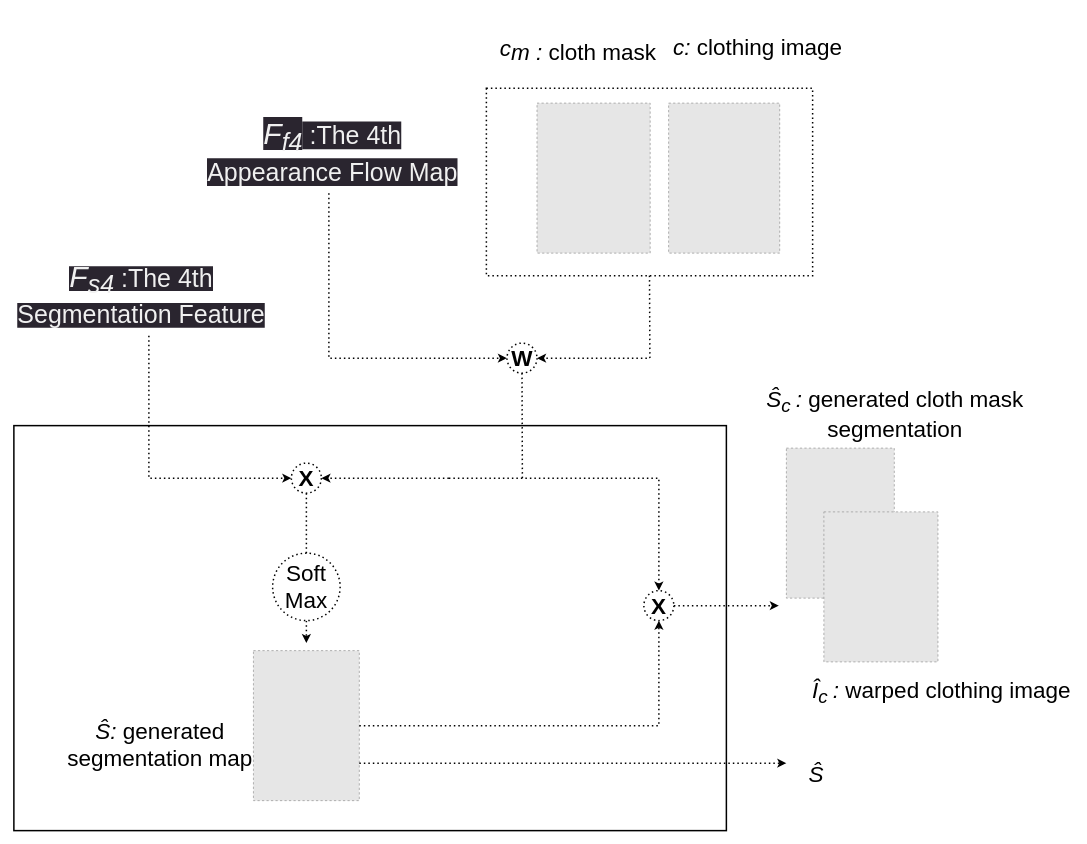
Before: drawMap/ConditionAligning.drawio in fizzy-1111/slideppTheis, a draw.io diagram. Source tidied: cells renumbered, new cells numbered last; positions are measured from the earlier drawing's top-left corner, leaving out a move shared by most shapes. Both pictures are drawn from the tidied source at 75%, with x=0, y=0 at pixel (14, 13). Pictures stored in the file or linked from it are replaced by grey dashed boxes.
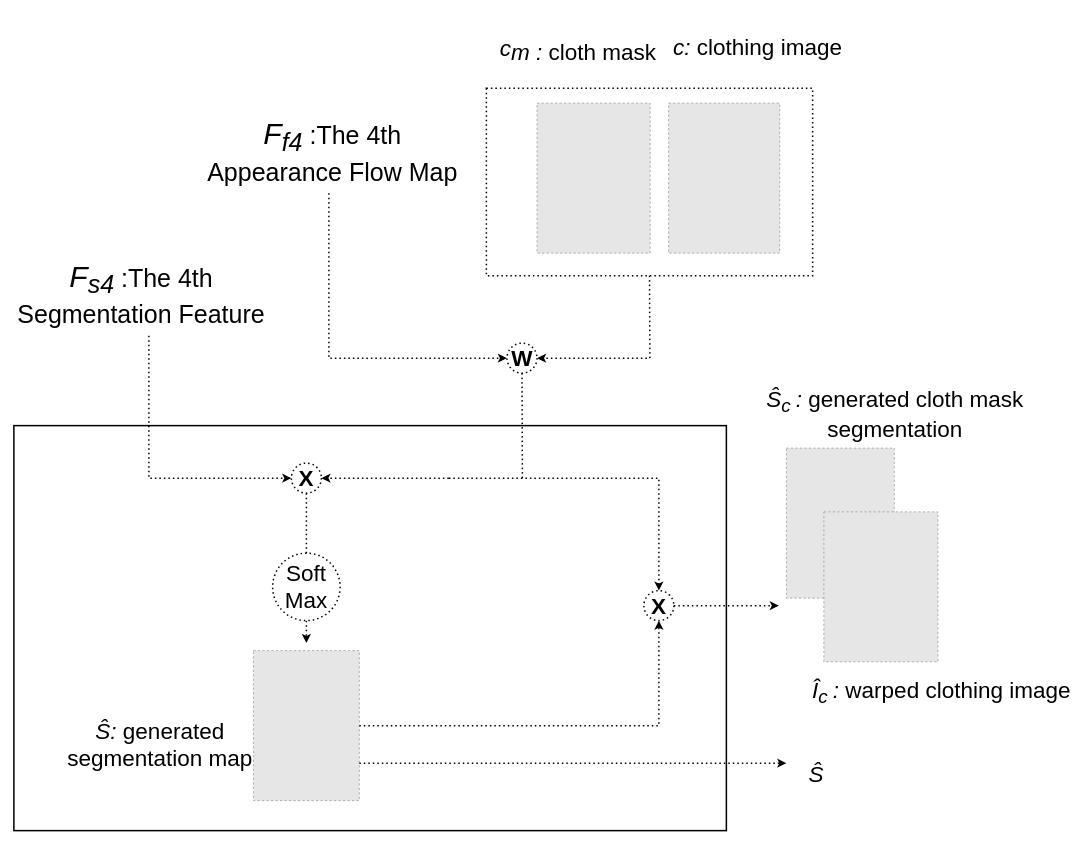
The same diagram, later.

Change to the diagram source:
```diff
@@
-    <mxCell id="18" value="&lt;span style=&quot;border-color: rgb(0, 0, 0); color: rgb(240, 240, 240); font-family: Helvetica; font-style: normal; font-variant-ligatures: normal; font-variant-caps: normal; font-weight: 400; letter-spacing: normal; orphans: 2; text-indent: 0px; text-transform: none; widows: 2; word-spacing: 0px; -webkit-text-stroke-width: 0px; background-color: rgb(42, 37, 47); text-decoration-thickness: initial; text-decoration-style: initial; text-decoration-color: initial;&quot;&gt;&lt;i style=&quot;border-color: rgb(0, 0, 0);&quot;&gt;&lt;span style=&quot;font-size: 40px;&quot;&gt;F&lt;sub&gt;s4&lt;/sub&gt;&lt;/span&gt;&lt;span style=&quot;font-size: 33.3333px;&quot;&gt;&amp;nbsp;&lt;/span&gt;&lt;/i&gt;&lt;span style=&quot;font-size: 33.3333px;&quot;&gt;:The 4th Segmentation Feature&lt;/span&gt;&lt;/span&gt;" style="text;whiteSpace=wrap;html=1;fontSize=30;align=center;dashed=1;dashPattern=1 2;strokeWidth=2;" parent="1" vertex="1">
+    <mxCell id="18" value="&lt;span style=&quot;border-color: rgb(0, 0, 0); font-family: Helvetica; font-style: normal; font-variant-ligatures: normal; font-variant-caps: normal; font-weight: 400; letter-spacing: normal; orphans: 2; text-indent: 0px; text-transform: none; widows: 2; word-spacing: 0px; -webkit-text-stroke-width: 0px; text-decoration-thickness: initial; text-decoration-style: initial; text-decoration-color: initial;&quot;&gt;&lt;font color=&quot;#030303&quot;&gt;&lt;i style=&quot;border-color: rgb(0, 0, 0);&quot;&gt;&lt;span style=&quot;font-size: 40px;&quot;&gt;F&lt;sub style=&quot;&quot;&gt;s4&lt;/sub&gt;&lt;/span&gt;&lt;span style=&quot;font-size: 33.3333px;&quot;&gt;&amp;nbsp;&lt;/span&gt;&lt;/i&gt;&lt;span style=&quot;font-size: 33.3333px;&quot;&gt;:The 4th Segmentation Feature&lt;/span&gt;&lt;/font&gt;&lt;/span&gt;" style="text;whiteSpace=wrap;html=1;fontSize=30;align=center;dashed=1;dashPattern=1 2;strokeWidth=2;" parent="1" vertex="1">
       <mxGeometry y="320" width="340" height="80" as="geometry" />
     </mxCell>
@@
-    <mxCell id="30" value="&lt;span style=&quot;border-color: rgb(0, 0, 0); color: rgb(240, 240, 240); font-family: Helvetica; font-style: normal; font-variant-ligatures: normal; font-variant-caps: normal; font-weight: 400; letter-spacing: normal; orphans: 2; text-indent: 0px; text-transform: none; widows: 2; word-spacing: 0px; -webkit-text-stroke-width: 0px; background-color: rgb(42, 37, 47); text-decoration-thickness: initial; text-decoration-style: initial; text-decoration-color: initial; font-size: 40px;&quot;&gt;&lt;i style=&quot;border-color: rgb(0, 0, 0);&quot;&gt;F&lt;sub style=&quot;border-color: rgb(0, 0, 0);&quot;&gt;f4&lt;/sub&gt;&lt;/i&gt;&lt;/span&gt;&lt;span style=&quot;border-color: rgb(0, 0, 0); color: rgb(240, 240, 240); font-family: Helvetica; font-style: normal; font-variant-ligatures: normal; font-variant-caps: normal; font-weight: 400; letter-spacing: normal; orphans: 2; text-indent: 0px; text-transform: none; widows: 2; word-spacing: 0px; -webkit-text-stroke-width: 0px; background-color: rgb(42, 37, 47); text-decoration-thickness: initial; text-decoration-style: initial; text-decoration-color: initial; font-size: 33.3333px;&quot;&gt;&lt;i style=&quot;border-color: rgb(0, 0, 0);&quot;&gt;&amp;nbsp;&lt;/i&gt;:The 4th Appearance Flow Map&lt;/span&gt;" style="text;whiteSpace=wrap;html=1;fontSize=30;align=center;" parent="1" vertex="1">
+    <mxCell id="30" value="&lt;font color=&quot;#000000&quot;&gt;&lt;span style=&quot;border-color: rgb(0, 0, 0); font-family: Helvetica; font-style: normal; font-variant-ligatures: normal; font-variant-caps: normal; font-weight: 400; letter-spacing: normal; orphans: 2; text-indent: 0px; text-transform: none; widows: 2; word-spacing: 0px; -webkit-text-stroke-width: 0px; text-decoration-thickness: initial; text-decoration-style: initial; text-decoration-color: initial; font-size: 40px;&quot;&gt;&lt;i style=&quot;border-color: rgb(0, 0, 0);&quot;&gt;F&lt;sub style=&quot;border-color: rgb(0, 0, 0);&quot;&gt;f4&lt;/sub&gt;&lt;/i&gt;&lt;/span&gt;&lt;span style=&quot;border-color: rgb(0, 0, 0); font-family: Helvetica; font-style: normal; font-variant-ligatures: normal; font-variant-caps: normal; font-weight: 400; letter-spacing: normal; orphans: 2; text-indent: 0px; text-transform: none; widows: 2; word-spacing: 0px; -webkit-text-stroke-width: 0px; text-decoration-thickness: initial; text-decoration-style: initial; text-decoration-color: initial; font-size: 33.3333px;&quot;&gt;&lt;i style=&quot;border-color: rgb(0, 0, 0);&quot;&gt;&amp;nbsp;&lt;/i&gt;:The 4th Appearance Flow Map&lt;/span&gt;&lt;/font&gt;" style="text;whiteSpace=wrap;html=1;fontSize=30;align=center;" parent="1" vertex="1">
       <mxGeometry x="240" y="130" width="370" height="90" as="geometry" />
     </mxCell>
```
